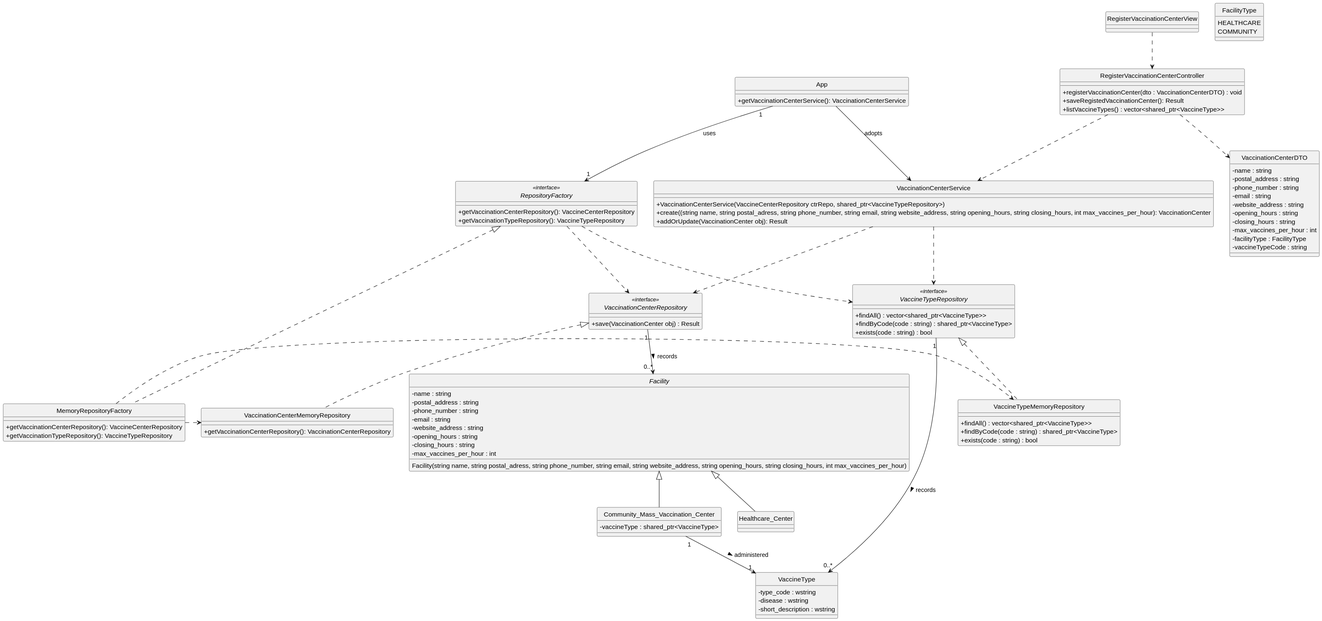
The PlantUML diagram docs/system-documentation/US13/svg/US13-CD.svg in Parafita123/leti-esoft-25-26-B1, before a commit.
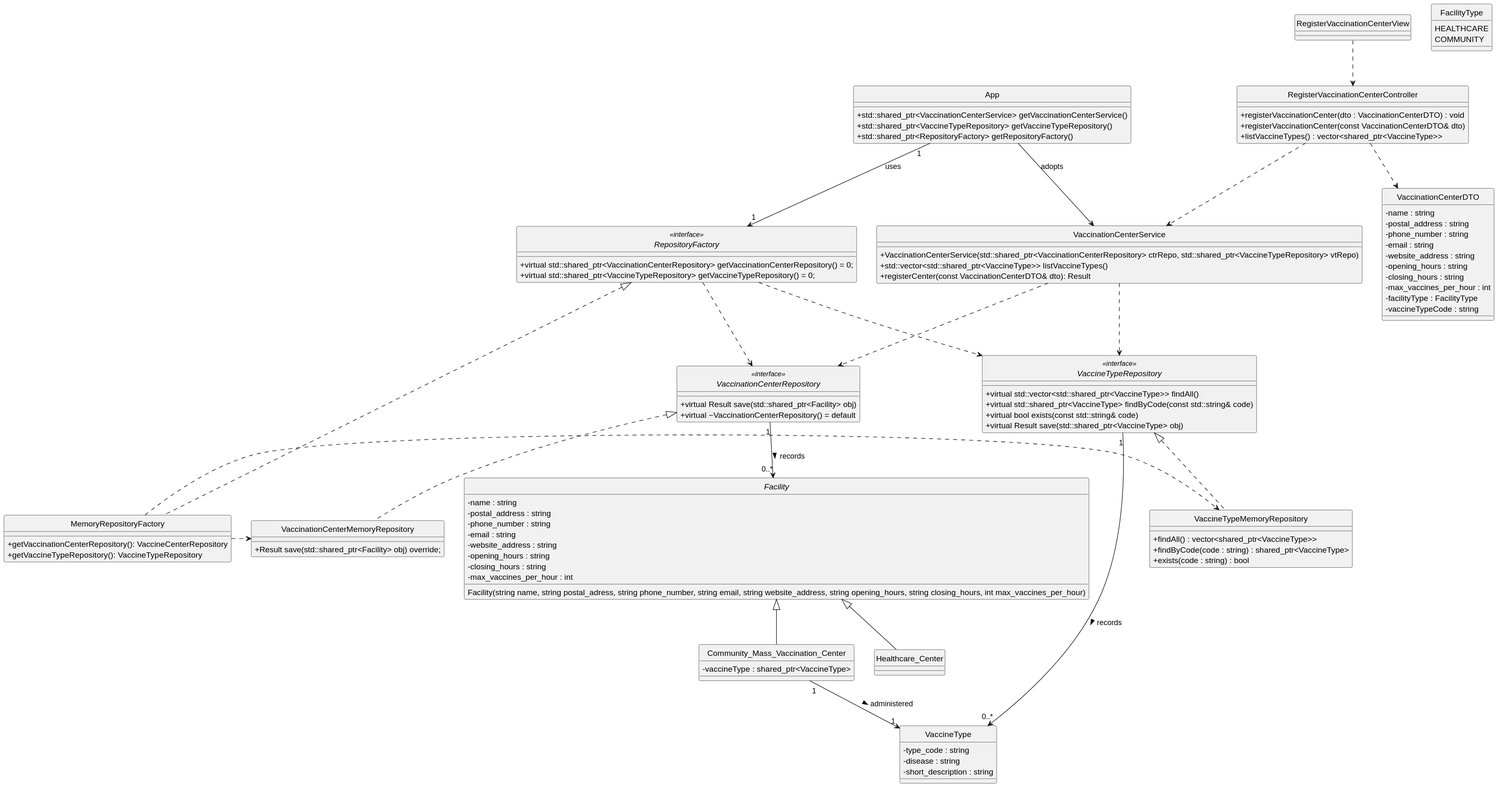
Above is the later version.

What changed in the source:
```diff
@@ -27,37 +27,41 @@
 
 class RegisterVaccinationCenterController {
   +registerVaccinationCenter(dto : VaccinationCenterDTO) : void
-  +saveRegistedVaccinationCenter(): Result
+  +registerVaccinationCenter(const VaccinationCenterDTO& dto)
   +listVaccineTypes() : vector<shared_ptr<VaccineType>>
 }
 
 class App {
-  +getVaccinationCenterService(): VaccinationCenterService
- }
+  +std::shared_ptr<VaccinationCenterService> getVaccinationCenterService()
+  +std::shared_ptr<VaccineTypeRepository> getVaccineTypeRepository()
+  +std::shared_ptr<RepositoryFactory> getRepositoryFactory()
+   }
 
 RegisterVaccinationCenterView ..> RegisterVaccinationCenterController
 RegisterVaccinationCenterController ..> VaccinationCenterDTO
 
 class VaccinationCenterService {
-+ VaccinationCenterService(VaccineCenterRepository ctrRepo, shared_ptr<VaccineTypeRepository>)
-+ create((string name, string postal_adress, string phone_number, string email, string website_address, string opening_hours, string closing_hours, int max_vaccines_per_hour): VaccinationCenter
-+addOrUpdate(VaccinationCenter obj): Result
++VaccinationCenterService(std::shared_ptr<VaccinationCenterRepository> ctrRepo, std::shared_ptr<VaccineTypeRepository> vtRepo)
++std::vector<std::shared_ptr<VaccineType>> listVaccineTypes()
++registerCenter(const VaccinationCenterDTO& dto): Result
 }
 
 RegisterVaccinationCenterController ..> VaccinationCenterService
 
 interface VaccinationCenterRepository <<interface>> {
-  +save(VaccinationCenter obj) : Result
+  +virtual Result save(std::shared_ptr<Facility> obj)
+  +virtual ~VaccinationCenterRepository() = default
 }
 
 interface VaccineTypeRepository <<interface>> {
-  +findAll() : vector<shared_ptr<VaccineType>>
-  +findByCode(code : string) : shared_ptr<VaccineType>
-  +exists(code : string) : bool
+  +virtual std::vector<std::shared_ptr<VaccineType>> findAll()
+  +virtual std::shared_ptr<VaccineType> findByCode(const std::string& code)
+  +virtual bool exists(const std::string& code)
+  +virtual Result save(std::shared_ptr<VaccineType> obj)
 }
 
     class VaccinationCenterMemoryRepository{
-+ getVaccinationCenterRepository(): VaccinationCenterRepository
++Result save(std::shared_ptr<Facility> obj) override;
 }
 VaccinationCenterMemoryRepository .up.|> VaccinationCenterRepository
 
@@ -69,14 +73,14 @@
 VaccineTypeMemoryRepository .up.|> VaccineTypeRepository
 
 interface RepositoryFactory <<interface>>  {
-   + getVaccinationCenterRepository(): VaccineCenterRepository
-   + getVaccinationTypeRepository(): VaccineTypeRepository
+   + virtual std::shared_ptr<VaccinationCenterRepository> getVaccinationCenterRepository() = 0;
+   + virtual std::shared_ptr<VaccineTypeRepository> getVaccineTypeRepository() = 0;
   }
 
 
 class MemoryRepositoryFactory {
   + getVaccinationCenterRepository(): VaccineCenterRepository
-  + getVaccinationTypeRepository(): VaccineTypeRepository
+  + getVaccineTypeRepository(): VaccineTypeRepository
 }
 
 App "1" -down-> "1" RepositoryFactory:  uses
@@ -110,9 +114,9 @@
 Facility <|-- Community_Mass_Vaccination_Center
 
 class VaccineType {
-  -type_code : wstring
-  -disease : wstring
-  -short_description : wstring
+  -type_code : string
+  -disease : string
+  -short_description : string
 }
 
 VaccinationCenterRepository "1" --> "0..*" Facility : records >
```
